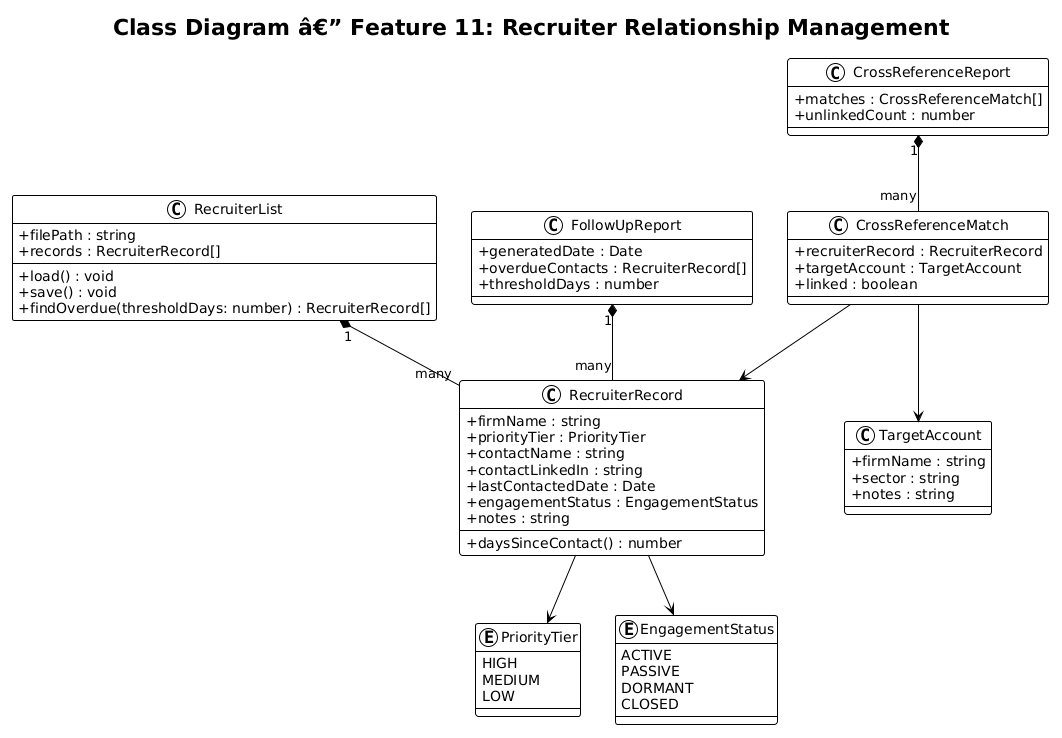
Above: docs/detailed-designs/11-recruiter-relationship-management/diagrams/class_diagram.png in QuinntyneBrown/Orbit (PlantUML), before the change.
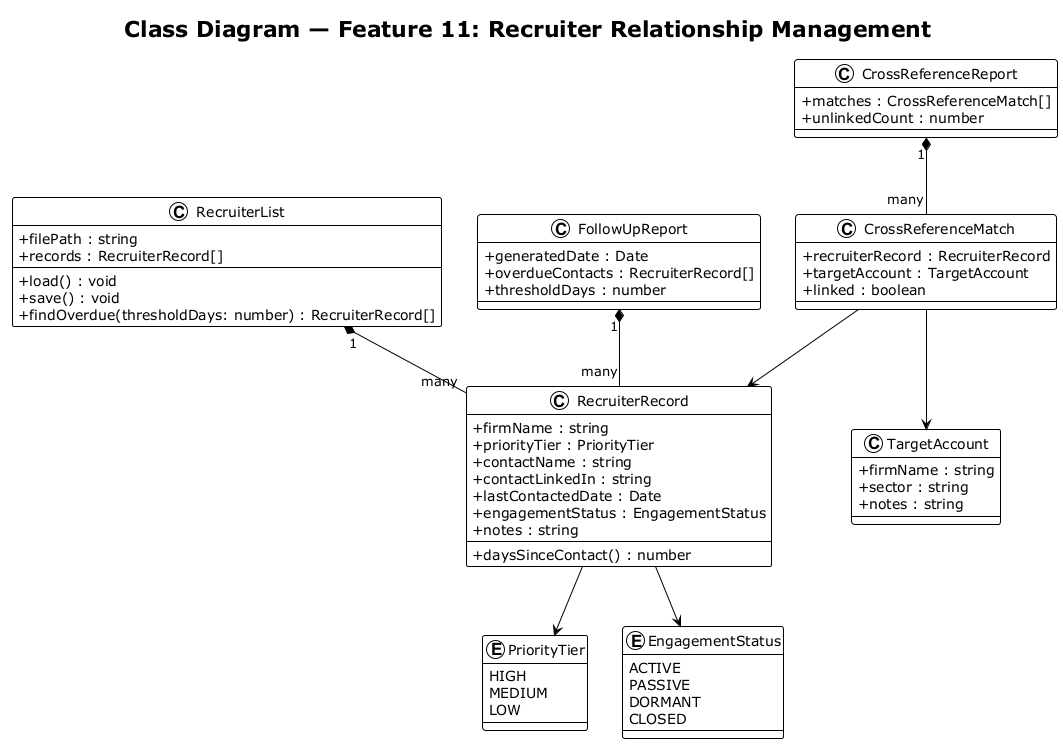
After the change.

Change to the diagram source:
```diff
@@ -1,8 +1,8 @@
-@startuml
+@startuml class_diagram
 !theme plain
 skinparam classAttributeIconSize 0
 
-title Class Diagram â€” Feature 11: Recruiter Relationship Management
+title Class Diagram — Feature 11: Recruiter Relationship Management
 
 class RecruiterList {
     + filePath : string
@@ -66,4 +66,5 @@
 CrossReferenceReport "1" *-- "many" CrossReferenceMatch
 CrossReferenceMatch --> RecruiterRecord
 CrossReferenceMatch --> TargetAccount
+
 @enduml
```
